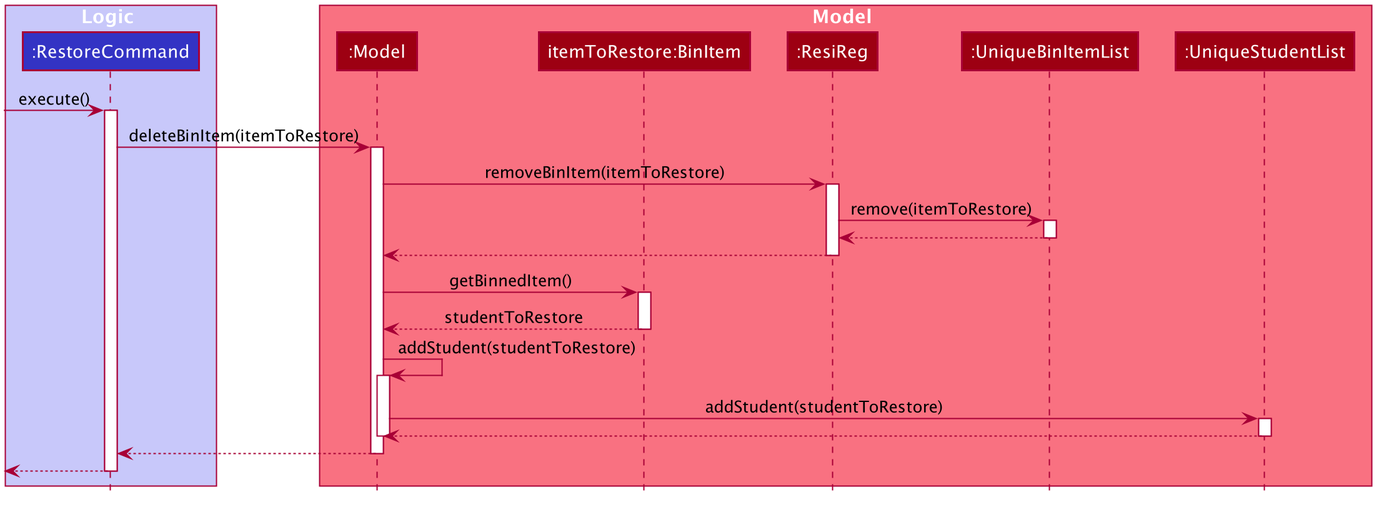
Above: docs/images/BinRestoreSequenceDiagram.png in nus-cs2103-AY2021S1/tp (PlantUML), before the change.
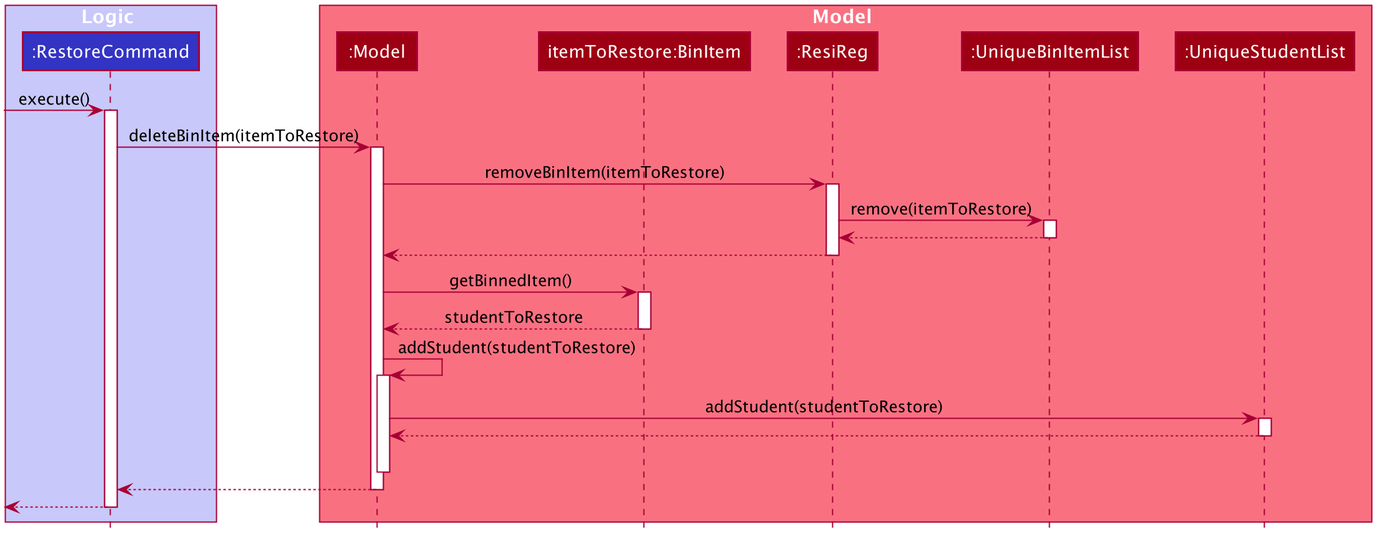
Later version of the same file.

Change to the diagram source:
```diff
@@ -92,6 +92,8 @@
 
 UniqueStudentList --> Model
 deactivate UniqueStudentList
+UniqueStudentList -[hidden]-> Model : result
+
 deactivate Model
 
 Model --> RestoreCommand
```
